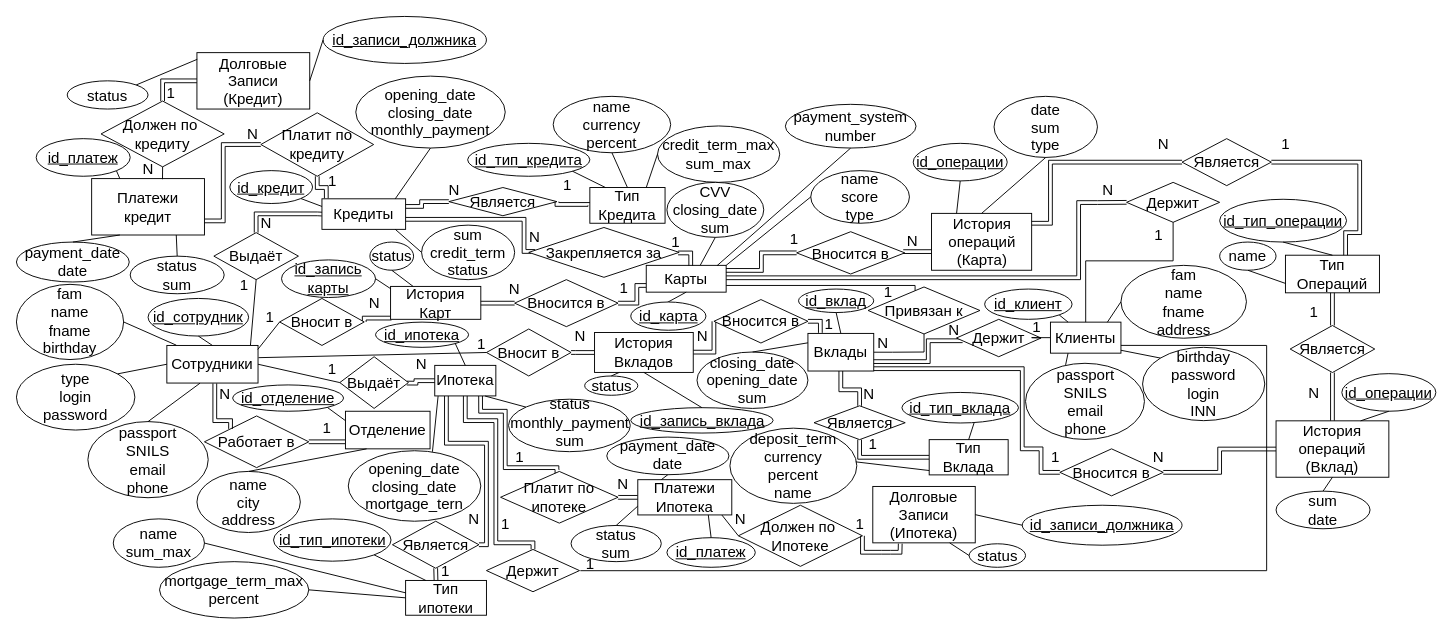
The draw.io diagram Копия концептуальной с удалением внешних коючей.drawio in tssergeev/lflflflf, before the edit. Source tidied: cells renumbered, new cells numbered last; positions are measured from the earlier drawing's top-left corner, leaving out a move shared by most shapes. Both pictures are drawn from the tidied source at 94%, with x=0, y=0 at pixel (16, 16).
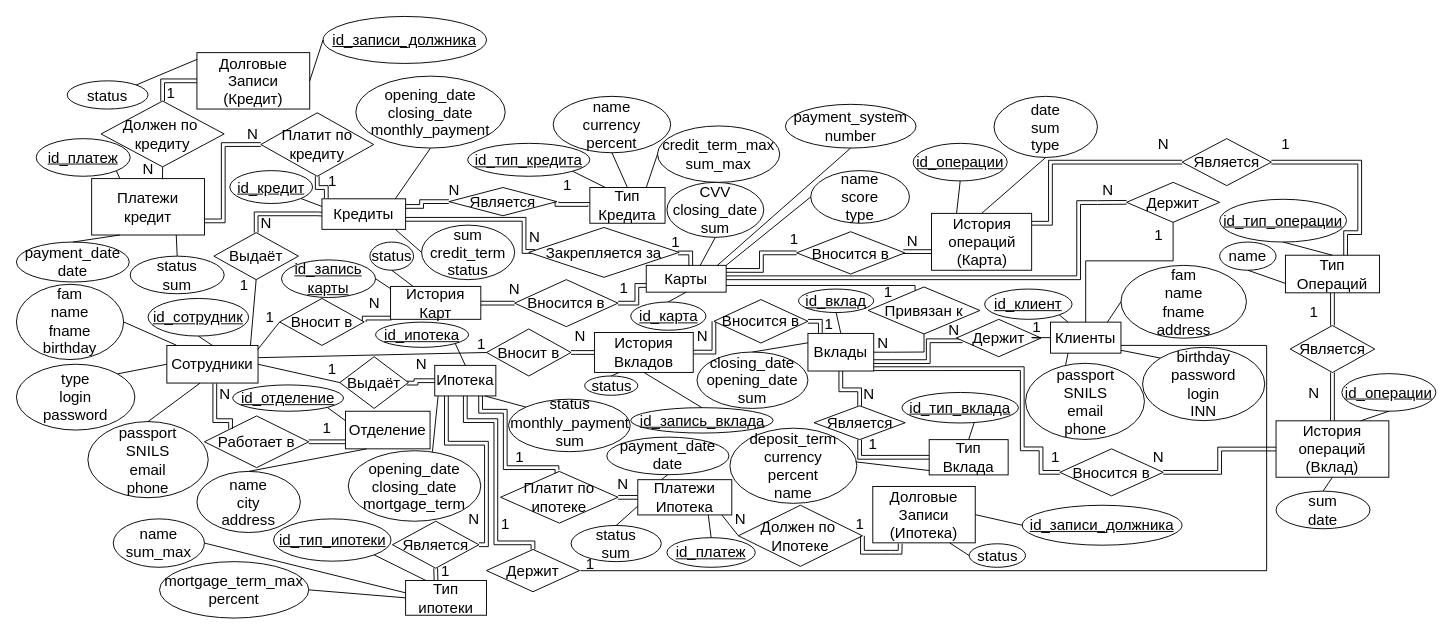
The same diagram, later.

The edit, as a diff of the source:
```diff
@@
-    <mxCell id="158" value="opening_date&lt;br style=&quot;font-size: 16px;&quot;&gt;closing_date&lt;br style=&quot;font-size: 16px;&quot;&gt;mortgage_tern" style="ellipse;whiteSpace=wrap;html=1;verticalAlign=middle;fontSize=16;" parent="1" vertex="1">
+    <mxCell id="158" value="opening_date&lt;br style=&quot;font-size: 16px;&quot;&gt;closing_date&lt;br style=&quot;font-size: 16px;&quot;&gt;mortgage_term" style="ellipse;whiteSpace=wrap;html=1;verticalAlign=middle;fontSize=16;" parent="1" vertex="1">
       <mxGeometry x="353" y="462" width="141" height="75" as="geometry" />
     </mxCell>
```
